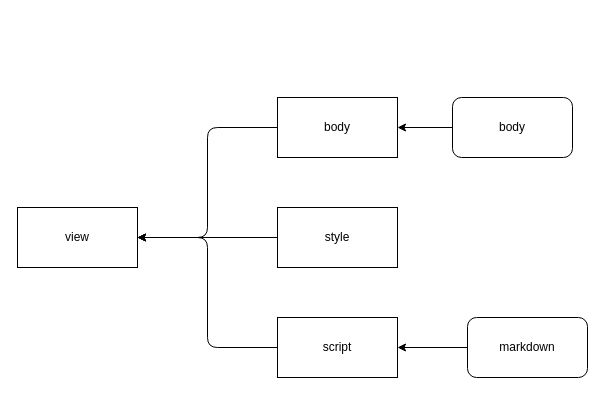
This is docs/view.drawio from tower-town/Koala-Hacker-News, a draw.io file, before an edit. Source tidied: cells renumbered, new cells numbered last; positions are measured from the earlier drawing's top-left corner, leaving out a move shared by most shapes. Both pictures are drawn from the tidied source at 100%, with x=0, y=0 at pixel (17, 97).
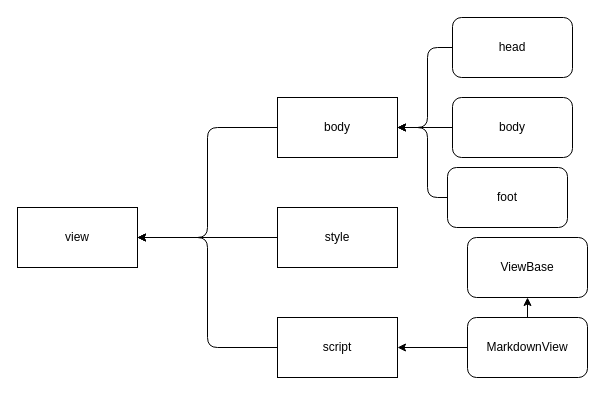
The same diagram, later.

Unchanged cells that the change refers to:
```xml
<mxCell id="5" value="body" style="rounded=0;whiteSpace=wrap;html=1;" parent="1" vertex="1">
  <mxGeometry x="260" width="120" height="60" as="geometry" />
</mxCell>
<mxCell id="10" value="script" style="rounded=0;whiteSpace=wrap;html=1;" parent="1" vertex="1">
  <mxGeometry x="260" y="220" width="120" height="60" as="geometry" />
</mxCell>
```

Change to the diagram source:
```diff
@@
-    <mxCell id="11" style="edgeStyle=orthogonalEdgeStyle;html=1;" parent="1" edge="1" source="12" target="10">
+    <mxCell id="11" style="html=1;" parent="1" edge="1" source="12" target="10">
       <mxGeometry relative="1" as="geometry" />
     </mxCell>
+    <mxCell id="13" style="edgeStyle=none;html=1;exitX=0.5;exitY=0;exitDx=0;exitDy=0;entryX=0.5;entryY=1;entryDx=0;entryDy=0;" parent="1" edge="1" source="12" target="14">
+      <mxGeometry relative="1" as="geometry" />
+    </mxCell>
-    <mxCell id="12" value="markdown" style="rounded=1;whiteSpace=wrap;html=1;" parent="1" vertex="1">
+    <mxCell id="12" value="MarkdownView" style="rounded=1;whiteSpace=wrap;html=1;" parent="1" vertex="1">
       <mxGeometry x="450" y="220" width="120" height="60" as="geometry" />
     </mxCell>
+    <mxCell id="14" value="ViewBase" style="rounded=1;whiteSpace=wrap;html=1;" parent="1" vertex="1">
+      <mxGeometry x="450" y="140" width="120" height="60" as="geometry" />
+    </mxCell>
+    <mxCell id="15" style="edgeStyle=orthogonalEdgeStyle;html=1;exitX=0;exitY=0.5;exitDx=0;exitDy=0;entryX=1;entryY=0.5;entryDx=0;entryDy=0;" parent="1" edge="1" source="16" target="5">
+      <mxGeometry relative="1" as="geometry">
+        <Array as="points">
+          <mxPoint x="410" y="100" />
+          <mxPoint x="410" y="30" />
+        </Array>
+      </mxGeometry>
+    </mxCell>
+    <mxCell id="16" value="foot" style="rounded=1;whiteSpace=wrap;html=1;" parent="1" vertex="1">
+      <mxGeometry x="430" y="70" width="120" height="60" as="geometry" />
+    </mxCell>
+    <mxCell id="17" style="edgeStyle=orthogonalEdgeStyle;html=1;entryX=1;entryY=0.5;entryDx=0;entryDy=0;" parent="1" edge="1" source="18" target="5">
+      <mxGeometry relative="1" as="geometry">
+        <Array as="points">
+          <mxPoint x="410" y="-50" />
+          <mxPoint x="410" y="30" />
+        </Array>
+      </mxGeometry>
+    </mxCell>
+    <mxCell id="18" value="head" style="rounded=1;whiteSpace=wrap;html=1;" parent="1" vertex="1">
+      <mxGeometry x="435" y="-80" width="120" height="60" as="geometry" />
+    </mxCell>
```
